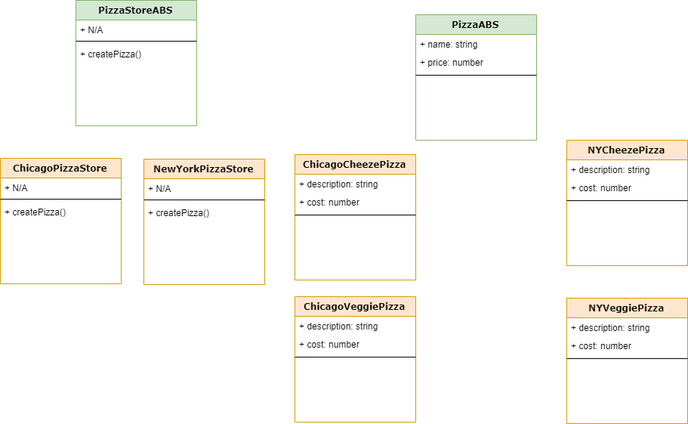
Above: factory_pattern.png in stsiwo/typeScript_workspace (draw.io), before the change. Source tidied: cells renumbered, new cells last; positions are measured from the earlier drawing's top-left corner, leaving out a move shared by most shapes.
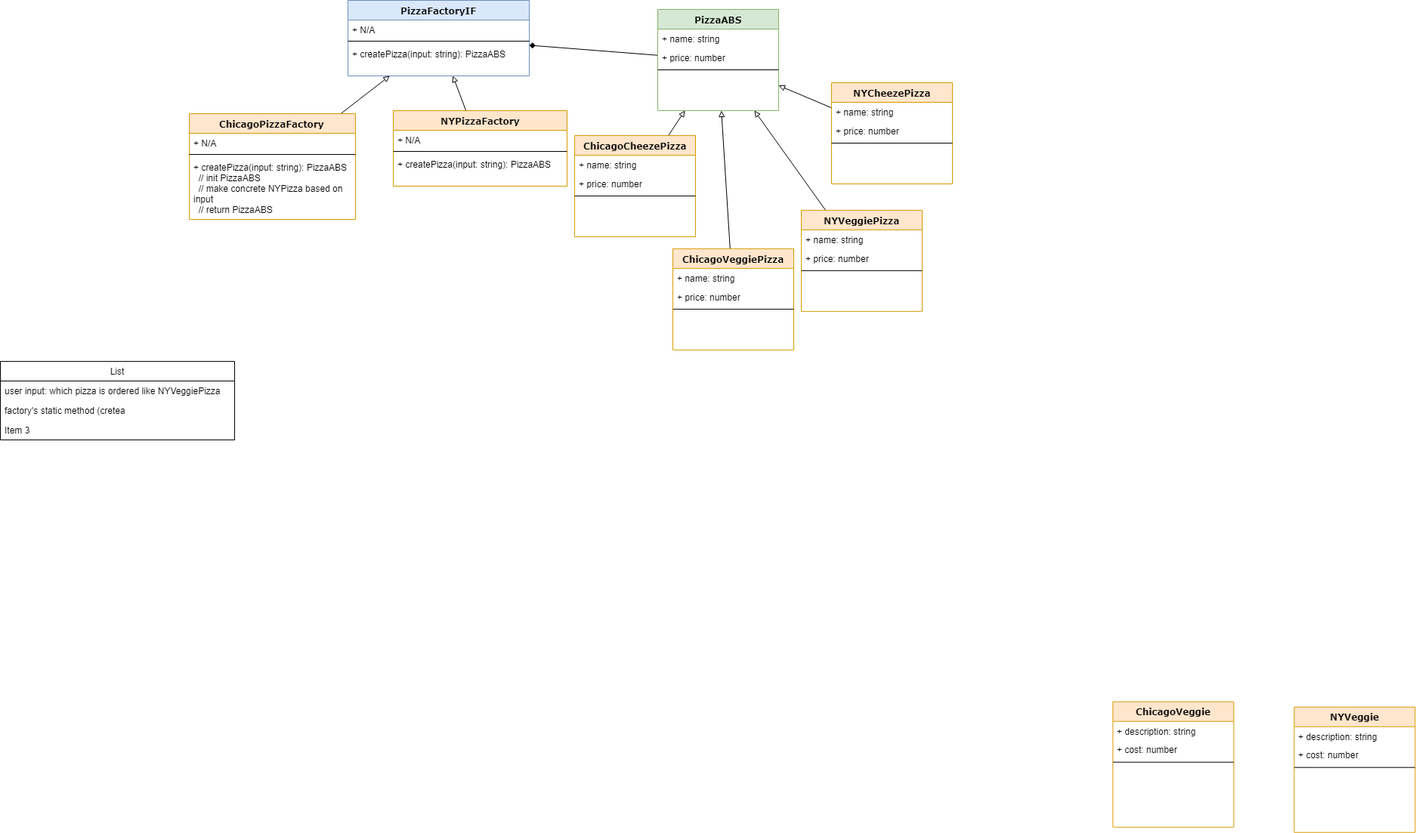
After the commit.

Diff of the diagram source:
```diff
@@ -4,10 +4,13 @@
     <mxCell id="1" parent="0" />
+    <mxCell id="34" style="edgeStyle=none;rounded=0;html=1;endArrow=diamond;endFill=1;jettySize=auto;" parent="1" edge="1" source="2" target="10">
+      <mxGeometry relative="1" as="geometry" />
+    </mxCell>
     <mxCell id="2" value="PizzaABS" style="swimlane;html=1;fontStyle=1;align=center;verticalAlign=top;horizontal=1;startSize=26;swimlaneFillColor=#ffffff;rounded=0;shadow=0;comic=0;labelBackgroundColor=none;strokeColor=#82b366;strokeWidth=1;fillColor=#d5e8d4;fontFamily=Verdana;fontSize=12;" parent="1" vertex="1">
-      <mxGeometry x="550" y="19" width="160" height="166" as="geometry" />
+      <mxGeometry x="650" y="38" width="160" height="134" as="geometry" />
     </mxCell>
     <mxCell id="3" value="+ name: string" style="text;html=1;strokeColor=none;fillColor=none;align=left;verticalAlign=top;spacingLeft=4;spacingRight=4;whiteSpace=wrap;overflow=hidden;" parent="2" vertex="1">
-      <mxGeometry y="26" width="160" height="24" as="geometry" />
+      <mxGeometry y="26" width="160" height="25" as="geometry" />
     </mxCell>
     <mxCell id="4" value="+ price: number" style="text;html=1;strokeColor=none;fillColor=none;align=left;verticalAlign=top;spacingLeft=4;spacingRight=4;whiteSpace=wrap;overflow=hidden;" parent="2" vertex="1">
-      <mxGeometry y="50" width="160" height="26" as="geometry" />
+      <mxGeometry y="51" width="160" height="25" as="geometry" />
     </mxCell>
@@ -16,86 +19,140 @@
     </mxCell>
-    <mxCell id="6" value="ChicagoCheezePizza" style="swimlane;html=1;fontStyle=1;align=center;verticalAlign=top;horizontal=1;startSize=26;swimlaneFillColor=#ffffff;rounded=0;shadow=0;comic=0;labelBackgroundColor=none;strokeColor=#d79b00;strokeWidth=1;fillColor=#ffe6cc;fontFamily=Verdana;fontSize=12;" parent="1" vertex="1">
-      <mxGeometry x="390" y="204" width="160" height="166" as="geometry" />
-    </mxCell>
-    <mxCell id="7" value="+ description: string" style="text;html=1;strokeColor=none;fillColor=none;align=left;verticalAlign=top;spacingLeft=4;spacingRight=4;whiteSpace=wrap;overflow=hidden;" parent="6" vertex="1">
-      <mxGeometry y="26" width="160" height="24" as="geometry" />
-    </mxCell>
-    <mxCell id="8" value="+ cost: number" style="text;html=1;strokeColor=none;fillColor=none;align=left;verticalAlign=top;spacingLeft=4;spacingRight=4;whiteSpace=wrap;overflow=hidden;" parent="6" vertex="1">
-      <mxGeometry y="50" width="160" height="26" as="geometry" />
-    </mxCell>
-    <mxCell id="9" style="line;html=1;strokeWidth=1;fillColor=none;align=left;verticalAlign=middle;spacingTop=-1;spacingLeft=3;spacingRight=3;labelPosition=right;" parent="6" vertex="1">
-      <mxGeometry y="76" width="160" height="8" as="geometry" />
-    </mxCell>
-    <mxCell id="10" value="PizzaStoreABS" style="swimlane;html=1;fontStyle=1;align=center;verticalAlign=top;horizontal=1;startSize=26;swimlaneFillColor=#ffffff;rounded=0;shadow=0;comic=0;labelBackgroundColor=none;strokeColor=#82b366;strokeWidth=1;fillColor=#d5e8d4;fontFamily=Verdana;fontSize=12;" parent="1" vertex="1">
-      <mxGeometry x="100" width="160" height="166" as="geometry" />
+    <mxCell id="10" value="PizzaFactoryIF" style="swimlane;html=1;fontStyle=1;align=center;verticalAlign=top;horizontal=1;startSize=26;swimlaneFillColor=#ffffff;rounded=0;shadow=0;comic=0;labelBackgroundColor=none;strokeColor=#6c8ebf;strokeWidth=1;fillColor=#dae8fc;fontFamily=Verdana;fontSize=12;" parent="1" vertex="1">
+      <mxGeometry x="240" y="26" width="240" height="100" as="geometry" />
     </mxCell>
     <mxCell id="11" value="+ N/A" style="text;html=1;strokeColor=none;fillColor=none;align=left;verticalAlign=top;spacingLeft=4;spacingRight=4;whiteSpace=wrap;overflow=hidden;" parent="10" vertex="1">
-      <mxGeometry y="26" width="160" height="24" as="geometry" />
+      <mxGeometry y="26" width="240" height="24" as="geometry" />
     </mxCell>
     <mxCell id="12" style="line;html=1;strokeWidth=1;fillColor=none;align=left;verticalAlign=middle;spacingTop=-1;spacingLeft=3;spacingRight=3;labelPosition=right;" parent="10" vertex="1">
-      <mxGeometry y="50" width="160" height="8" as="geometry" />
+      <mxGeometry y="50" width="240" height="8" as="geometry" />
     </mxCell>
-    <mxCell id="13" value="+ createPizza()" style="text;html=1;strokeColor=none;fillColor=none;align=left;verticalAlign=top;spacingLeft=4;spacingRight=4;whiteSpace=wrap;overflow=hidden;" parent="10" vertex="1">
-      <mxGeometry y="58" width="160" height="26" as="geometry" />
+    <mxCell id="13" value="+ createPizza(input: string): PizzaABS" style="text;html=1;strokeColor=none;fillColor=none;align=left;verticalAlign=top;spacingLeft=4;spacingRight=4;whiteSpace=wrap;overflow=hidden;" parent="10" vertex="1">
+      <mxGeometry y="58" width="240" height="26" as="geometry" />
     </mxCell>
-    <mxCell id="14" value="ChicagoPizzaStore" style="swimlane;html=1;fontStyle=1;align=center;verticalAlign=top;horizontal=1;startSize=26;swimlaneFillColor=#ffffff;rounded=0;shadow=0;comic=0;labelBackgroundColor=none;strokeColor=#d79b00;strokeWidth=1;fillColor=#ffe6cc;fontFamily=Verdana;fontSize=12;" parent="1" vertex="1">
-      <mxGeometry y="209" width="160" height="166" as="geometry" />
-    </mxCell>
-    <mxCell id="15" value="+ N/A" style="text;html=1;strokeColor=none;fillColor=none;align=left;verticalAlign=top;spacingLeft=4;spacingRight=4;whiteSpace=wrap;overflow=hidden;" parent="14" vertex="1">
-      <mxGeometry y="26" width="160" height="24" as="geometry" />
-    </mxCell>
-    <mxCell id="16" style="line;html=1;strokeWidth=1;fillColor=none;align=left;verticalAlign=middle;spacingTop=-1;spacingLeft=3;spacingRight=3;labelPosition=right;" parent="14" vertex="1">
-      <mxGeometry y="50" width="160" height="8" as="geometry" />
-    </mxCell>
-    <mxCell id="17" value="+ createPizza()" style="text;html=1;strokeColor=none;fillColor=none;align=left;verticalAlign=top;spacingLeft=4;spacingRight=4;whiteSpace=wrap;overflow=hidden;" parent="14" vertex="1">
-      <mxGeometry y="58" width="160" height="26" as="geometry" />
-    </mxCell>
-    <mxCell id="18" value="NewYorkPizzaStore" style="swimlane;html=1;fontStyle=1;align=center;verticalAlign=top;horizontal=1;startSize=26;swimlaneFillColor=#ffffff;rounded=0;shadow=0;comic=0;labelBackgroundColor=none;strokeColor=#d79b00;strokeWidth=1;fillColor=#ffe6cc;fontFamily=Verdana;fontSize=12;" parent="1" vertex="1">
-      <mxGeometry x="190" y="210" width="160" height="166" as="geometry" />
-    </mxCell>
-    <mxCell id="19" value="+ N/A" style="text;html=1;strokeColor=none;fillColor=none;align=left;verticalAlign=top;spacingLeft=4;spacingRight=4;whiteSpace=wrap;overflow=hidden;" parent="18" vertex="1">
-      <mxGeometry y="26" width="160" height="24" as="geometry" />
-    </mxCell>
-    <mxCell id="20" style="line;html=1;strokeWidth=1;fillColor=none;align=left;verticalAlign=middle;spacingTop=-1;spacingLeft=3;spacingRight=3;labelPosition=right;" parent="18" vertex="1">
-      <mxGeometry y="50" width="160" height="8" as="geometry" />
-    </mxCell>
-    <mxCell id="21" value="+ createPizza()" style="text;html=1;strokeColor=none;fillColor=none;align=left;verticalAlign=top;spacingLeft=4;spacingRight=4;whiteSpace=wrap;overflow=hidden;" parent="18" vertex="1">
-      <mxGeometry y="58" width="160" height="26" as="geometry" />
-    </mxCell>
+    <mxCell id="35" value="ChicagoVeggie" style="swimlane;html=1;fontStyle=1;align=center;verticalAlign=top;horizontal=1;startSize=26;swimlaneFillColor=#ffffff;rounded=0;shadow=0;comic=0;labelBackgroundColor=none;strokeColor=#d79b00;strokeWidth=1;fillColor=#ffe6cc;fontFamily=Verdana;fontSize=12;" parent="1" vertex="1">
+      <mxGeometry x="1252.4" y="954.7" width="160" height="166" as="geometry" />
+    </mxCell>
+    <mxCell id="36" value="+ description: string" style="text;html=1;strokeColor=none;fillColor=none;align=left;verticalAlign=top;spacingLeft=4;spacingRight=4;whiteSpace=wrap;overflow=hidden;" parent="35" vertex="1">
+      <mxGeometry y="26" width="160" height="24" as="geometry" />
+    </mxCell>
+    <mxCell id="37" value="+ cost: number" style="text;html=1;strokeColor=none;fillColor=none;align=left;verticalAlign=top;spacingLeft=4;spacingRight=4;whiteSpace=wrap;overflow=hidden;" parent="35" vertex="1">
+      <mxGeometry y="50" width="160" height="26" as="geometry" />
+    </mxCell>
+    <mxCell id="38" style="line;html=1;strokeWidth=1;fillColor=none;align=left;verticalAlign=middle;spacingTop=-1;spacingLeft=3;spacingRight=3;labelPosition=right;" parent="35" vertex="1">
+      <mxGeometry y="76" width="160" height="8" as="geometry" />
+    </mxCell>
+    <mxCell id="39" value="NYVeggie" style="swimlane;html=1;fontStyle=1;align=center;verticalAlign=top;horizontal=1;startSize=26;swimlaneFillColor=#ffffff;rounded=0;shadow=0;comic=0;labelBackgroundColor=none;strokeColor=#d79b00;strokeWidth=1;fillColor=#ffe6cc;fontFamily=Verdana;fontSize=12;" parent="1" vertex="1">
+      <mxGeometry x="1492.4" y="961.7" width="160" height="166" as="geometry" />
+    </mxCell>
+    <mxCell id="40" value="+ description: string" style="text;html=1;strokeColor=none;fillColor=none;align=left;verticalAlign=top;spacingLeft=4;spacingRight=4;whiteSpace=wrap;overflow=hidden;" parent="39" vertex="1">
+      <mxGeometry y="26" width="160" height="24" as="geometry" />
+    </mxCell>
+    <mxCell id="41" value="+ cost: number" style="text;html=1;strokeColor=none;fillColor=none;align=left;verticalAlign=top;spacingLeft=4;spacingRight=4;whiteSpace=wrap;overflow=hidden;" parent="39" vertex="1">
+      <mxGeometry y="50" width="160" height="26" as="geometry" />
+    </mxCell>
+    <mxCell id="42" style="line;html=1;strokeWidth=1;fillColor=none;align=left;verticalAlign=middle;spacingTop=-1;spacingLeft=3;spacingRight=3;labelPosition=right;" parent="39" vertex="1">
+      <mxGeometry y="76" width="160" height="8" as="geometry" />
+    </mxCell>
+    <mxCell id="43" value="List" style="swimlane;fontStyle=0;horizontal=1;startSize=26;fillColor=none;" parent="1" vertex="1">
+      <mxGeometry x="-220" y="504" width="310" height="104" as="geometry" />
+    </mxCell>
+    <mxCell id="44" value="user input: which pizza is ordered like NYVeggiePizza" style="text;strokeColor=none;fillColor=none;align=left;verticalAlign=top;spacingLeft=4;spacingRight=4;overflow=hidden;" parent="43" vertex="1">
+      <mxGeometry y="26" width="310" height="26" as="geometry" />
+    </mxCell>
+    <mxCell id="45" value="factory's static method (cretea" style="text;strokeColor=none;fillColor=none;align=left;verticalAlign=top;spacingLeft=4;spacingRight=4;overflow=hidden;" parent="43" vertex="1">
+      <mxGeometry y="52" width="310" height="26" as="geometry" />
+    </mxCell>
+    <mxCell id="46" value="Item 3" style="text;strokeColor=none;fillColor=none;align=left;verticalAlign=top;spacingLeft=4;spacingRight=4;overflow=hidden;" parent="43" vertex="1">
+      <mxGeometry y="78" width="310" height="26" as="geometry" />
+    </mxCell>
+    <mxCell id="47" style="edgeStyle=none;rounded=0;html=1;endArrow=block;endFill=0;jettySize=auto;" parent="1" edge="1" source="48" target="10">
+      <mxGeometry relative="1" as="geometry" />
+    </mxCell>
+    <mxCell id="48" value="ChicagoPizzaFactory" style="swimlane;html=1;fontStyle=1;align=center;verticalAlign=top;horizontal=1;startSize=26;swimlaneFillColor=#ffffff;rounded=0;shadow=0;comic=0;labelBackgroundColor=none;strokeColor=#d79b00;strokeWidth=1;fillColor=#ffe6cc;fontFamily=Verdana;fontSize=12;" parent="1" vertex="1">
+      <mxGeometry x="30" y="176" width="220" height="140" as="geometry" />
+    </mxCell>
+    <mxCell id="49" value="+ N/A" style="text;html=1;strokeColor=none;fillColor=none;align=left;verticalAlign=top;spacingLeft=4;spacingRight=4;whiteSpace=wrap;overflow=hidden;" parent="48" vertex="1">
+      <mxGeometry y="26" width="220" height="24" as="geometry" />
+    </mxCell>
+    <mxCell id="50" style="line;html=1;strokeWidth=1;fillColor=none;align=left;verticalAlign=middle;spacingTop=-1;spacingLeft=3;spacingRight=3;labelPosition=right;" parent="48" vertex="1">
+      <mxGeometry y="50" width="220" height="8" as="geometry" />
+    </mxCell>
+    <mxCell id="51" value="+ createPizza(input: string): PizzaABS&lt;br&gt;&amp;nbsp; // init PizzaABS&lt;br&gt;&amp;nbsp; // make concrete NYPizza based on input&lt;br&gt;&amp;nbsp; // return PizzaABS&lt;br&gt;" style="text;html=1;strokeColor=none;fillColor=none;align=left;verticalAlign=top;spacingLeft=4;spacingRight=4;whiteSpace=wrap;overflow=hidden;" parent="48" vertex="1">
+      <mxGeometry y="58" width="220" height="82" as="geometry" />
+    </mxCell>
+    <mxCell id="52" style="edgeStyle=none;rounded=0;html=1;endArrow=block;endFill=0;jettySize=auto;" parent="1" edge="1" source="53" target="10">
+      <mxGeometry relative="1" as="geometry" />
+    </mxCell>
+    <mxCell id="53" value="NYPizzaFactory" style="swimlane;html=1;fontStyle=1;align=center;verticalAlign=top;horizontal=1;startSize=26;swimlaneFillColor=#ffffff;rounded=0;shadow=0;comic=0;labelBackgroundColor=none;strokeColor=#d79b00;strokeWidth=1;fillColor=#ffe6cc;fontFamily=Verdana;fontSize=12;" parent="1" vertex="1">
+      <mxGeometry x="300" y="172" width="230" height="100" as="geometry" />
+    </mxCell>
+    <mxCell id="54" value="+ N/A" style="text;html=1;strokeColor=none;fillColor=none;align=left;verticalAlign=top;spacingLeft=4;spacingRight=4;whiteSpace=wrap;overflow=hidden;" parent="53" vertex="1">
+      <mxGeometry y="26" width="230" height="24" as="geometry" />
+    </mxCell>
+    <mxCell id="55" style="line;html=1;strokeWidth=1;fillColor=none;align=left;verticalAlign=middle;spacingTop=-1;spacingLeft=3;spacingRight=3;labelPosition=right;" parent="53" vertex="1">
+      <mxGeometry y="50" width="230" height="8" as="geometry" />
+    </mxCell>
+    <mxCell id="56" value="+ createPizza(input: string): PizzaABS" style="text;html=1;strokeColor=none;fillColor=none;align=left;verticalAlign=top;spacingLeft=4;spacingRight=4;whiteSpace=wrap;overflow=hidden;" parent="53" vertex="1">
+      <mxGeometry y="58" width="230" height="26" as="geometry" />
+    </mxCell>
+    <mxCell id="57" style="edgeStyle=none;rounded=0;html=1;endArrow=block;endFill=0;jettySize=auto;" parent="1" edge="1" source="6" target="2">
+      <mxGeometry relative="1" as="geometry" />
+    </mxCell>
+    <mxCell id="6" value="ChicagoCheezePizza" style="swimlane;html=1;fontStyle=1;align=center;verticalAlign=top;horizontal=1;startSize=26;swimlaneFillColor=#ffffff;rounded=0;shadow=0;comic=0;labelBackgroundColor=none;strokeColor=#d79b00;strokeWidth=1;fillColor=#ffe6cc;fontFamily=Verdana;fontSize=12;" parent="1" vertex="1">
+      <mxGeometry x="540" y="205" width="160" height="134" as="geometry" />
+    </mxCell>
+    <mxCell id="58" value="+ name: string" style="text;html=1;strokeColor=none;fillColor=none;align=left;verticalAlign=top;spacingLeft=4;spacingRight=4;whiteSpace=wrap;overflow=hidden;" parent="6" vertex="1">
+      <mxGeometry y="26" width="160" height="25" as="geometry" />
+    </mxCell>
+    <mxCell id="59" value="+ price: number" style="text;html=1;strokeColor=none;fillColor=none;align=left;verticalAlign=top;spacingLeft=4;spacingRight=4;whiteSpace=wrap;overflow=hidden;" parent="6" vertex="1">
+      <mxGeometry y="51" width="160" height="25" as="geometry" />
+    </mxCell>
+    <mxCell id="60" style="line;html=1;strokeWidth=1;fillColor=none;align=left;verticalAlign=middle;spacingTop=-1;spacingLeft=3;spacingRight=3;labelPosition=right;" parent="6" vertex="1">
+      <mxGeometry y="76" width="160" height="8" as="geometry" />
+    </mxCell>
+    <mxCell id="61" style="edgeStyle=none;rounded=0;html=1;endArrow=block;endFill=0;jettySize=auto;" parent="1" edge="1" source="22" target="2">
+      <mxGeometry relative="1" as="geometry" />
+    </mxCell>
     <mxCell id="22" value="ChicagoVeggiePizza" style="swimlane;html=1;fontStyle=1;align=center;verticalAlign=top;horizontal=1;startSize=26;swimlaneFillColor=#ffffff;rounded=0;shadow=0;comic=0;labelBackgroundColor=none;strokeColor=#d79b00;strokeWidth=1;fillColor=#ffe6cc;fontFamily=Verdana;fontSize=12;" parent="1" vertex="1">
-      <mxGeometry x="390" y="392" width="160" height="166" as="geometry" />
+      <mxGeometry x="670" y="354.9" width="160" height="134" as="geometry" />
     </mxCell>
-    <mxCell id="23" value="+ description: string" style="text;html=1;strokeColor=none;fillColor=none;align=left;verticalAlign=top;spacingLeft=4;spacingRight=4;whiteSpace=wrap;overflow=hidden;" parent="22" vertex="1">
-      <mxGeometry y="26" width="160" height="24" as="geometry" />
-    </mxCell>
-    <mxCell id="24" value="+ cost: number" style="text;html=1;strokeColor=none;fillColor=none;align=left;verticalAlign=top;spacingLeft=4;spacingRight=4;whiteSpace=wrap;overflow=hidden;" parent="22" vertex="1">
-      <mxGeometry y="50" width="160" height="26" as="geometry" />
-    </mxCell>
-    <mxCell id="25" style="line;html=1;strokeWidth=1;fillColor=none;align=left;verticalAlign=middle;spacingTop=-1;spacingLeft=3;spacingRight=3;labelPosition=right;" parent="22" vertex="1">
-      <mxGeometry y="76" width="160" height="8" as="geometry" />
-    </mxCell>
+    <mxCell id="62" value="+ name: string" style="text;html=1;strokeColor=none;fillColor=none;align=left;verticalAlign=top;spacingLeft=4;spacingRight=4;whiteSpace=wrap;overflow=hidden;" parent="22" vertex="1">
+      <mxGeometry y="26" width="160" height="25" as="geometry" />
+    </mxCell>
+    <mxCell id="63" value="+ price: number" style="text;html=1;strokeColor=none;fillColor=none;align=left;verticalAlign=top;spacingLeft=4;spacingRight=4;whiteSpace=wrap;overflow=hidden;" parent="22" vertex="1">
+      <mxGeometry y="51" width="160" height="25" as="geometry" />
+    </mxCell>
+    <mxCell id="64" style="line;html=1;strokeWidth=1;fillColor=none;align=left;verticalAlign=middle;spacingTop=-1;spacingLeft=3;spacingRight=3;labelPosition=right;" parent="22" vertex="1">
+      <mxGeometry y="76" width="160" height="8" as="geometry" />
+    </mxCell>
+    <mxCell id="65" style="edgeStyle=none;rounded=0;html=1;endArrow=block;endFill=0;jettySize=auto;" parent="1" edge="1" source="26" target="2">
+      <mxGeometry relative="1" as="geometry" />
+    </mxCell>
     <mxCell id="26" value="NYCheezePizza" style="swimlane;html=1;fontStyle=1;align=center;verticalAlign=top;horizontal=1;startSize=26;swimlaneFillColor=#ffffff;rounded=0;shadow=0;comic=0;labelBackgroundColor=none;strokeColor=#d79b00;strokeWidth=1;fillColor=#ffe6cc;fontFamily=Verdana;fontSize=12;" parent="1" vertex="1">
-      <mxGeometry x="750" y="185" width="160" height="166" as="geometry" />
+      <mxGeometry x="880" y="135" width="160" height="134" as="geometry" />
     </mxCell>
-    <mxCell id="27" value="+ description: string" style="text;html=1;strokeColor=none;fillColor=none;align=left;verticalAlign=top;spacingLeft=4;spacingRight=4;whiteSpace=wrap;overflow=hidden;" parent="26" vertex="1">
-      <mxGeometry y="26" width="160" height="24" as="geometry" />
-    </mxCell>
-    <mxCell id="28" value="+ cost: number" style="text;html=1;strokeColor=none;fillColor=none;align=left;verticalAlign=top;spacingLeft=4;spacingRight=4;whiteSpace=wrap;overflow=hidden;" parent="26" vertex="1">
-      <mxGeometry y="50" width="160" height="26" as="geometry" />
-    </mxCell>
-    <mxCell id="29" style="line;html=1;strokeWidth=1;fillColor=none;align=left;verticalAlign=middle;spacingTop=-1;spacingLeft=3;spacingRight=3;labelPosition=right;" parent="26" vertex="1">
-      <mxGeometry y="76" width="160" height="8" as="geometry" />
-    </mxCell>
+    <mxCell id="66" value="+ name: string" style="text;html=1;strokeColor=none;fillColor=none;align=left;verticalAlign=top;spacingLeft=4;spacingRight=4;whiteSpace=wrap;overflow=hidden;" parent="26" vertex="1">
+      <mxGeometry y="26" width="160" height="25" as="geometry" />
+    </mxCell>
+    <mxCell id="67" value="+ price: number" style="text;html=1;strokeColor=none;fillColor=none;align=left;verticalAlign=top;spacingLeft=4;spacingRight=4;whiteSpace=wrap;overflow=hidden;" parent="26" vertex="1">
+      <mxGeometry y="51" width="160" height="25" as="geometry" />
+    </mxCell>
+    <mxCell id="68" style="line;html=1;strokeWidth=1;fillColor=none;align=left;verticalAlign=middle;spacingTop=-1;spacingLeft=3;spacingRight=3;labelPosition=right;" parent="26" vertex="1">
+      <mxGeometry y="76" width="160" height="8" as="geometry" />
+    </mxCell>
+    <mxCell id="69" style="edgeStyle=none;rounded=0;html=1;endArrow=block;endFill=0;jettySize=auto;" parent="1" edge="1" source="30" target="2">
+      <mxGeometry relative="1" as="geometry" />
+    </mxCell>
     <mxCell id="30" value="NYVeggiePizza" style="swimlane;html=1;fontStyle=1;align=center;verticalAlign=top;horizontal=1;startSize=26;swimlaneFillColor=#ffffff;rounded=0;shadow=0;comic=0;labelBackgroundColor=none;strokeColor=#d79b00;strokeWidth=1;fillColor=#ffe6cc;fontFamily=Verdana;fontSize=12;" parent="1" vertex="1">
-      <mxGeometry x="750" y="394" width="160" height="166" as="geometry" />
+      <mxGeometry x="840" y="303.9" width="160" height="134" as="geometry" />
     </mxCell>
-    <mxCell id="31" value="+ description: string" style="text;html=1;strokeColor=none;fillColor=none;align=left;verticalAlign=top;spacingLeft=4;spacingRight=4;whiteSpace=wrap;overflow=hidden;" parent="30" vertex="1">
-      <mxGeometry y="26" width="160" height="24" as="geometry" />
-    </mxCell>
-    <mxCell id="32" value="+ cost: number" style="text;html=1;strokeColor=none;fillColor=none;align=left;verticalAlign=top;spacingLeft=4;spacingRight=4;whiteSpace=wrap;overflow=hidden;" parent="30" vertex="1">
-      <mxGeometry y="50" width="160" height="26" as="geometry" />
-    </mxCell>
-    <mxCell id="33" style="line;html=1;strokeWidth=1;fillColor=none;align=left;verticalAlign=middle;spacingTop=-1;spacingLeft=3;spacingRight=3;labelPosition=right;" parent="30" vertex="1">
-      <mxGeometry y="76" width="160" height="8" as="geometry" />
-    </mxCell>
+    <mxCell id="70" value="+ name: string" style="text;html=1;strokeColor=none;fillColor=none;align=left;verticalAlign=top;spacingLeft=4;spacingRight=4;whiteSpace=wrap;overflow=hidden;" parent="30" vertex="1">
+      <mxGeometry y="26" width="160" height="25" as="geometry" />
+    </mxCell>
+    <mxCell id="71" value="+ price: number" style="text;html=1;strokeColor=none;fillColor=none;align=left;verticalAlign=top;spacingLeft=4;spacingRight=4;whiteSpace=wrap;overflow=hidden;" parent="30" vertex="1">
+      <mxGeometry y="51" width="160" height="25" as="geometry" />
+    </mxCell>
+    <mxCell id="72" style="line;html=1;strokeWidth=1;fillColor=none;align=left;verticalAlign=middle;spacingTop=-1;spacingLeft=3;spacingRight=3;labelPosition=right;" parent="30" vertex="1">
+      <mxGeometry y="76" width="160" height="8" as="geometry" />
+    </mxCell>
   </root>
```
